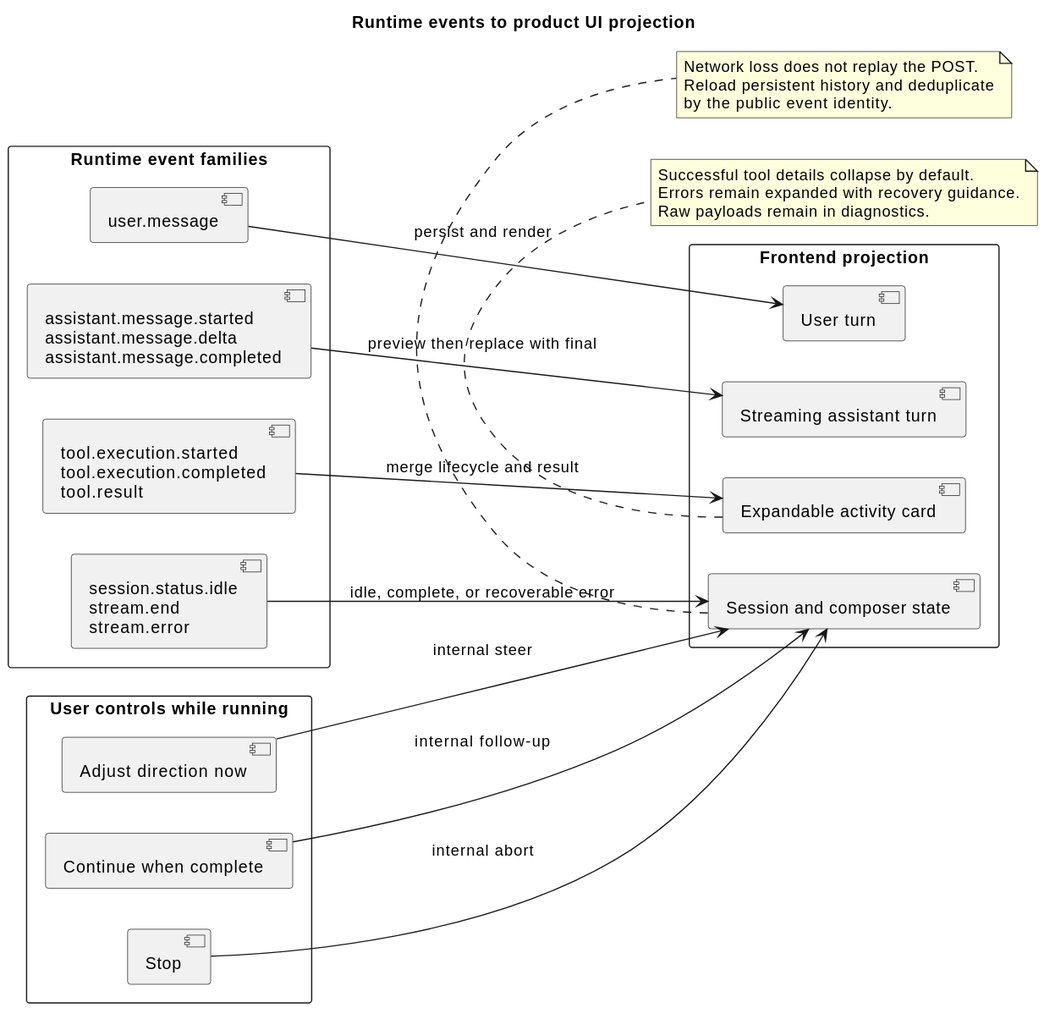
This is docs/designs/campusclaw-frontend/runtime_event_ui_projection.svg from 2862282695gjh-afk/pi-mono-java, a PlantUML export, as it was before one commit.
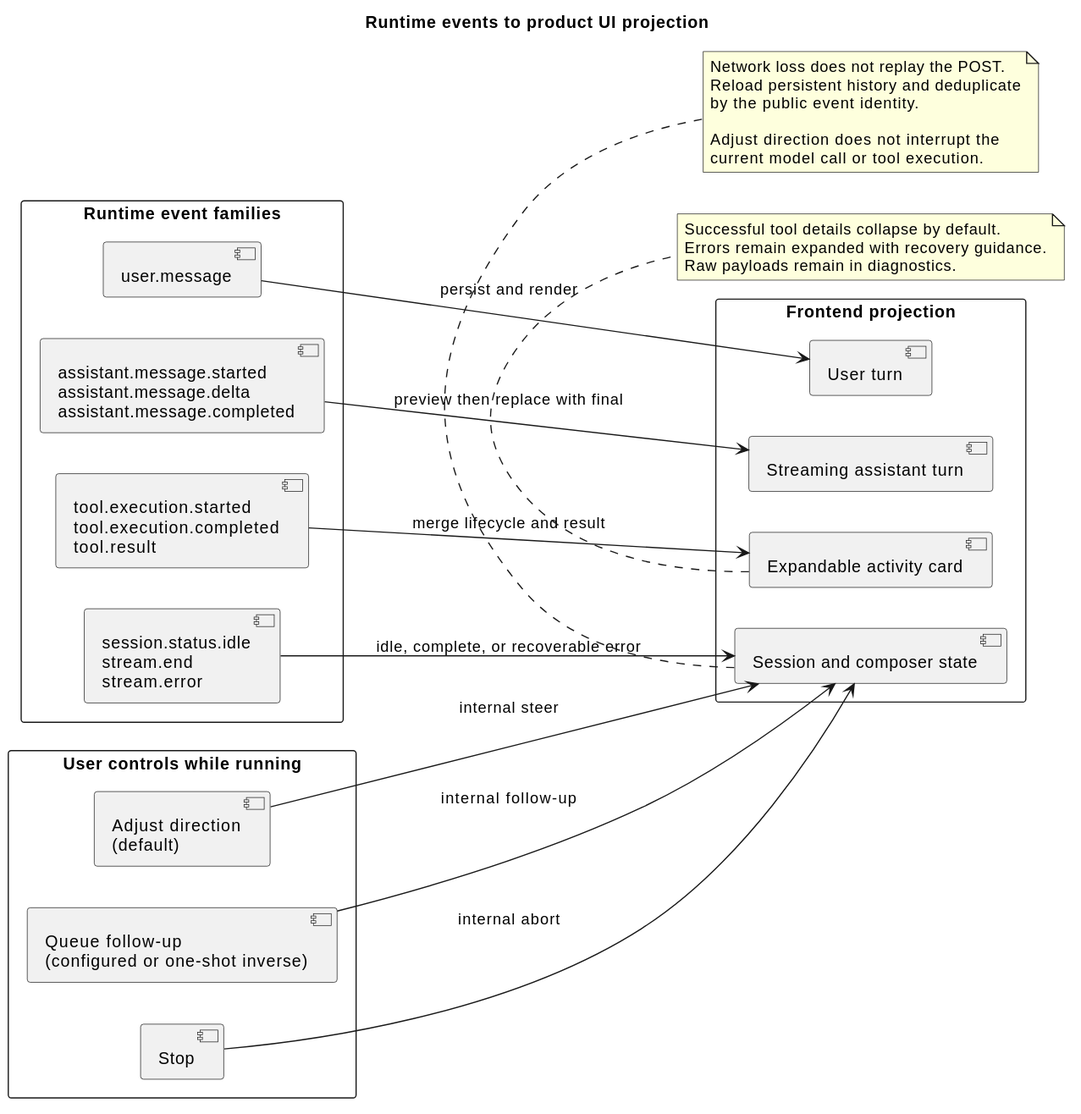
Above is the later version.

The edit, as a diff of the source:
```diff
@@ -18,8 +18,8 @@
 }
 
 rectangle "User controls while running" as Controls {
-  component "Adjust direction now" as Adjust
-  component "Continue when complete" as Continue
+  component "Adjust direction\n(default)" as Adjust
+  component "Queue follow-up\n(configured or one-shot inverse)" as Continue
   component "Stop" as Stop
 }
 
@@ -42,5 +42,8 @@
 Network loss does not replay the POST.
 Reload persistent history and deduplicate
 by the public event identity.
+
+Adjust direction does not interrupt the
+current model call or tool execution.
 end note
 @enduml
```
